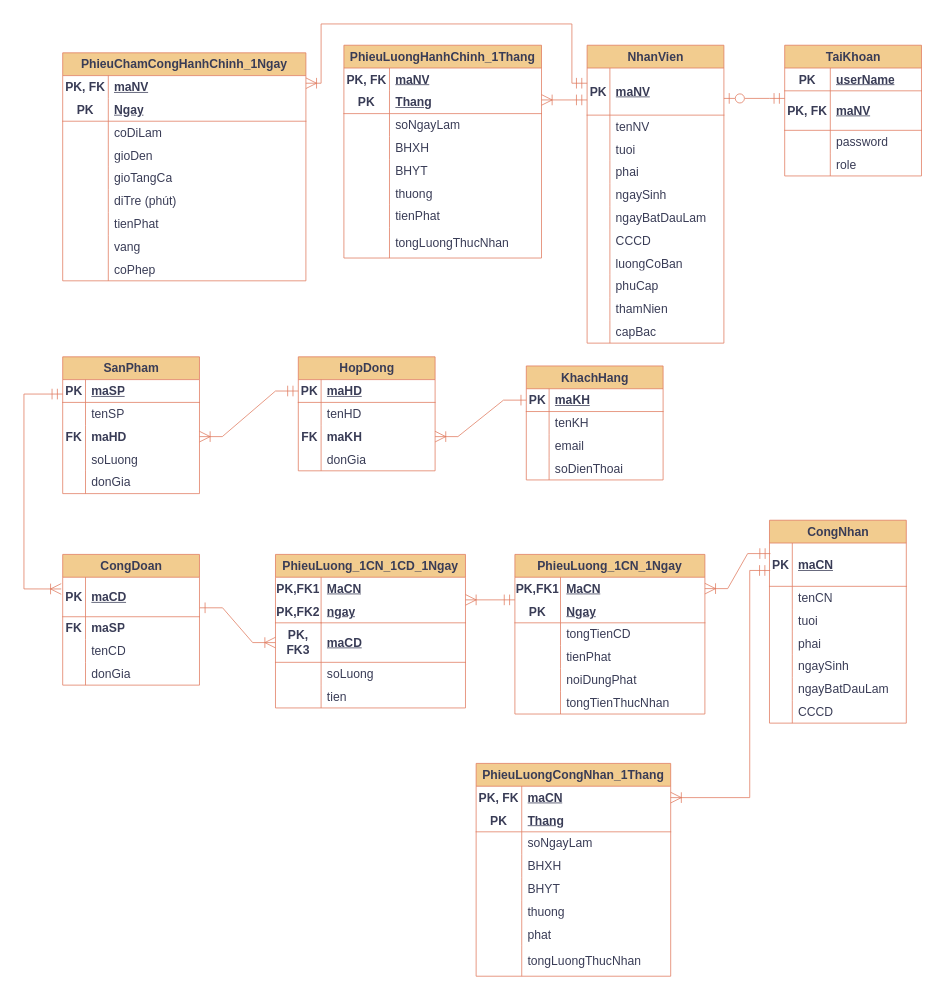
The draw.io diagram EntityRelationshipDiagram.drawio in TomTom2k/-management-of-a-ceramic-processing-company, before the edit. Source tidied: cells renumbered, new cells numbered last; positions are measured from the earlier drawing's top-left corner, leaving out a move shared by most shapes. Both pictures are drawn from the tidied source at 76%, with x=0, y=0 at pixel (24, 24).
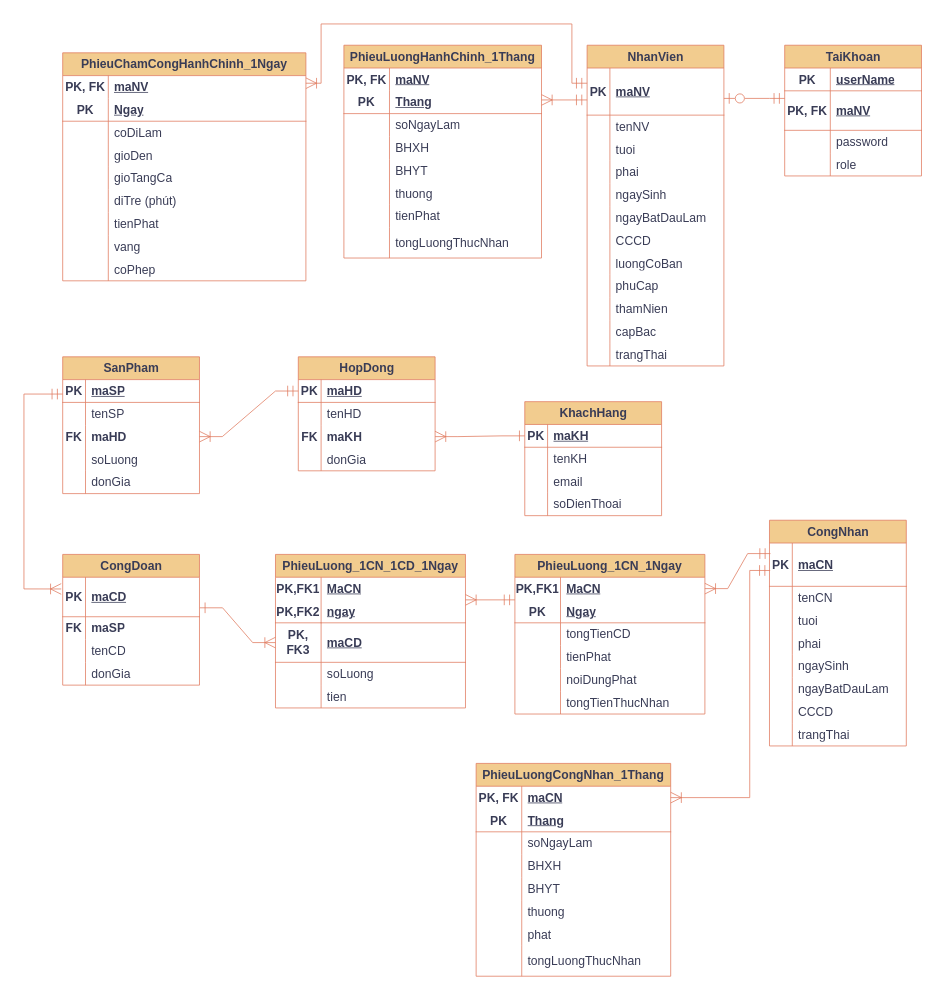
The same page after the edit.

Commit message:
them trangThai( còn làm ko hay nghỉ ) cho CNV

What changed in the source:
```diff
@@
     <mxCell id="2" value="CongNhan" style="shape=table;startSize=30;childLayout=tableLayout;rowLines=0;fontStyle=1;align=center;html=1;labelBackgroundColor=none;fillColor=#F2CC8F;strokeColor=#E07A5F;fontColor=#393C56;fontSize=16;" parent="1" vertex="1">
-      <mxGeometry x="981" y="653" width="180" height="267" as="geometry" />
+      <mxGeometry x="981" y="653" width="180" height="297" as="geometry" />
     </mxCell>
@@
+    <mxCell id="249" style="shape=tableRow;horizontal=0;startSize=0;swimlaneHead=0;swimlaneBody=0;fillColor=none;top=0;left=0;right=0;bottom=0;labelBackgroundColor=none;strokeColor=#E07A5F;fontColor=#393C56;fontSize=16;" parent="2" vertex="1">
+      <mxGeometry y="267" width="180" height="30" as="geometry" />
+    </mxCell>
+    <mxCell id="250" style="shape=partialRectangle;fillColor=none;top=0;left=0;bottom=0;right=0;overflow=hidden;whiteSpace=wrap;html=1;labelBackgroundColor=none;strokeColor=#E07A5F;fontColor=#393C56;fontSize=16;" parent="249" vertex="1">
+      <mxGeometry width="30" height="30" as="geometry" />
+    </mxCell>
+    <mxCell id="251" value="trangThai" style="shape=partialRectangle;fillColor=none;top=0;left=0;bottom=0;right=0;align=left;spacingLeft=6;overflow=hidden;whiteSpace=wrap;html=1;labelBackgroundColor=none;strokeColor=#E07A5F;fontColor=#393C56;fontSize=16;" parent="249" vertex="1">
+      <mxGeometry x="30" width="150" height="30" as="geometry" />
+    </mxCell>
@@
     <mxCell id="53" value="KhachHang" style="shape=table;startSize=30;childLayout=tableLayout;rowLines=0;fontStyle=1;align=center;html=1;labelBackgroundColor=none;fillColor=#F2CC8F;strokeColor=#E07A5F;fontColor=#393C56;fontSize=16;" parent="1" vertex="1">
-      <mxGeometry x="661" y="450" width="180" height="150" as="geometry" />
+      <mxGeometry x="659" y="497" width="180" height="150" as="geometry" />
     </mxCell>
@@
     <mxCell id="114" value="NhanVien" style="shape=table;startSize=30;childLayout=tableLayout;rowLines=0;fontStyle=1;align=center;html=1;labelBackgroundColor=none;fillColor=#F2CC8F;strokeColor=#E07A5F;fontColor=#393C56;fontSize=16;" parent="1" vertex="1">
-      <mxGeometry x="741" y="28" width="180" height="392" as="geometry" />
+      <mxGeometry x="741" y="28" width="180" height="422" as="geometry" />
     </mxCell>
@@
+    <mxCell id="252" style="shape=tableRow;horizontal=0;startSize=0;swimlaneHead=0;swimlaneBody=0;fillColor=none;top=0;left=0;right=0;bottom=0;labelBackgroundColor=none;strokeColor=#E07A5F;fontColor=#393C56;fontSize=16;" parent="114" vertex="1">
+      <mxGeometry y="392" width="180" height="30" as="geometry" />
+    </mxCell>
+    <mxCell id="253" style="shape=partialRectangle;fillColor=none;top=0;left=0;bottom=0;right=0;overflow=hidden;whiteSpace=wrap;html=1;labelBackgroundColor=none;strokeColor=#E07A5F;fontColor=#393C56;fontSize=16;" parent="252" vertex="1">
+      <mxGeometry width="30" height="30" as="geometry" />
+    </mxCell>
+    <mxCell id="254" value="trangThai" style="shape=partialRectangle;fillColor=none;top=0;left=0;bottom=0;right=0;align=left;spacingLeft=6;overflow=hidden;whiteSpace=wrap;html=1;labelBackgroundColor=none;strokeColor=#E07A5F;fontColor=#393C56;fontSize=16;" parent="252" vertex="1">
+      <mxGeometry x="30" width="150" height="30" as="geometry" />
+    </mxCell>
```
